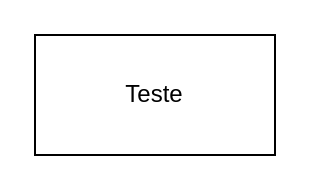
GiuseppeMP/fiap-grupo-m keeps this draw.io diagram as page "Vision" (2 of 2) of Canvas GRUPO M - Cryptotitulo.drawio. Above is the earlier version. Source tidied: cells renumbered, new cells numbered last; positions are measured from the earlier drawing's top-left corner, leaving out a move shared by most shapes. Both pictures are drawn from the tidied source at 200%, with x=0, y=0 at pixel (34, 34).
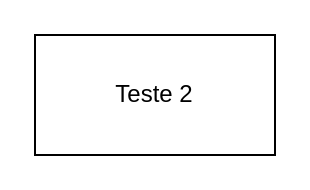
Above is the later version.

What changed in the source:
```diff
@@
 <mxGraphModel>
   <root>
     <mxCell id="0" />
     <mxCell id="1" parent="0" />
-    <mxCell id="2" value="Teste" style="rounded=0;whiteSpace=wrap;html=1;" parent="1" vertex="1">
+    <mxCell id="2" value="Teste 2" style="rounded=0;whiteSpace=wrap;html=1;" parent="1" vertex="1">
       <mxGeometry width="120" height="60" as="geometry" />
     </mxCell>
   </root>
 </mxGraphModel>
```
